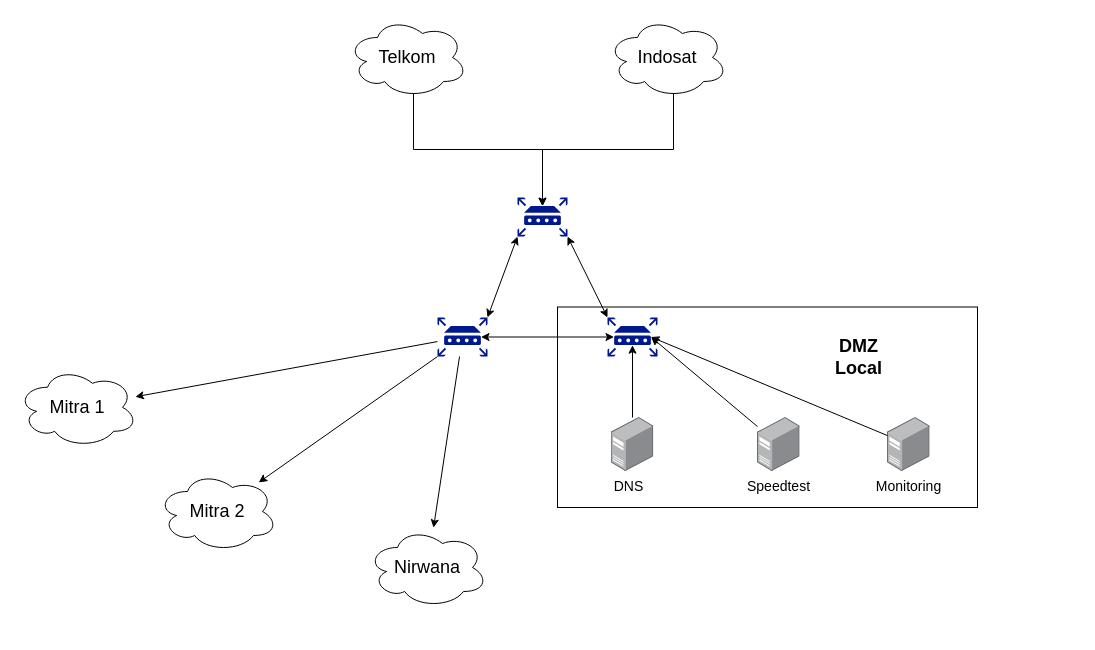
The draw.io diagram page "Limit di Indosat" (1 of 4) of drawio/Network Topology.drawio in WaxArsatia/Random, before the edit. Source tidied: cells renumbered, new cells numbered last; positions are measured from the earlier drawing's top-left corner, leaving out a move shared by most shapes. Both pictures are drawn from the tidied source at 100%, with x=0, y=0 at pixel (17, 17).
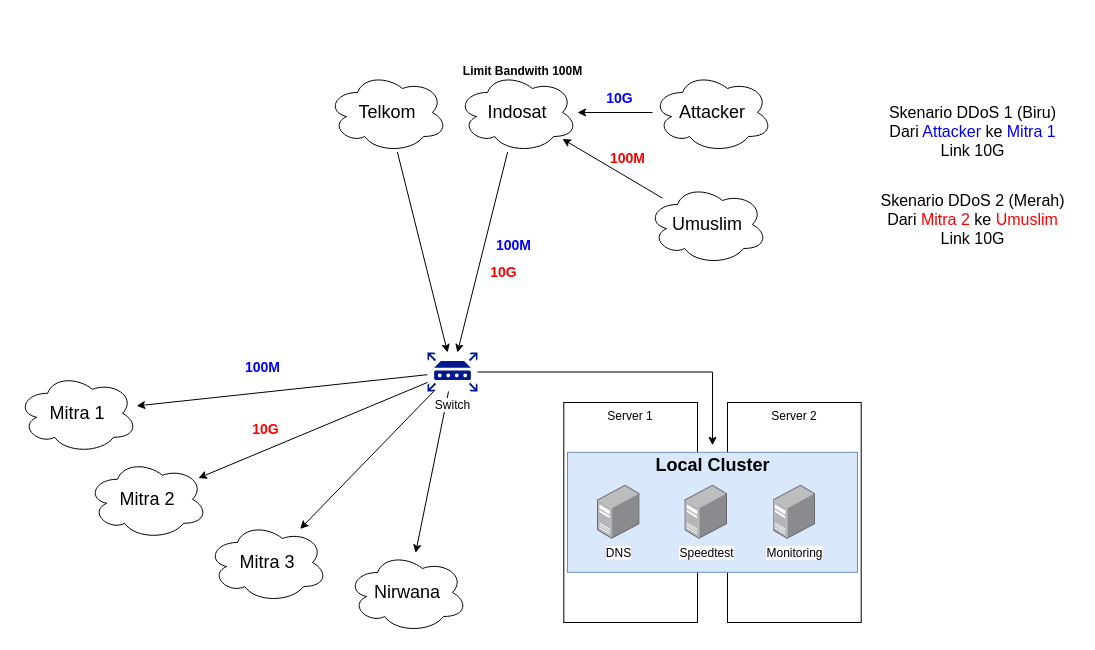
Above is the later version.

What changed in the source:
```diff
@@
-    <mxCell id="2" style="rounded=0;whiteSpace=wrap;html=1;" parent="1" vertex="1">
-      <mxGeometry x="540" y="289.5" width="420" height="200.5" as="geometry" />
-    </mxCell>
+    <mxCell id="28" style="rounded=0;jettySize=auto;html=1;" parent="1" edge="1" source="3" target="12">
+      <mxGeometry relative="1" as="geometry" />
+    </mxCell>
     <mxCell id="3" value="&lt;font style=&quot;font-size: 18px;&quot;&gt;Telkom&lt;/font&gt;" style="ellipse;shape=cloud;whiteSpace=wrap;html=1;" parent="1" vertex="1">
-      <mxGeometry x="330" width="120" height="80" as="geometry" />
+      <mxGeometry x="310" y="55" width="120" height="80" as="geometry" />
     </mxCell>
+    <mxCell id="29" style="rounded=0;jettySize=auto;html=1;" parent="1" edge="1" source="4" target="12">
+      <mxGeometry relative="1" as="geometry" />
+    </mxCell>
     <mxCell id="4" value="&lt;font style=&quot;font-size: 18px;&quot;&gt;Indosat&lt;/font&gt;" style="ellipse;shape=cloud;whiteSpace=wrap;html=1;align=center;" parent="1" vertex="1">
-      <mxGeometry x="590" width="120" height="80" as="geometry" />
+      <mxGeometry x="440" y="55" width="120" height="80" as="geometry" />
     </mxCell>
-    <mxCell id="5" style="sketch=0;shadow=0;dashed=0;html=1;strokeColor=none;labelPosition=center;verticalLabelPosition=bottom;verticalAlign=top;align=center;fillColor=#00188D;shape=mxgraph.mscae.enterprise.router;" parent="1" vertex="1">
-      <mxGeometry x="500" y="180" width="50" height="39" as="geometry" />
-    </mxCell>
-    <mxCell id="6" style="rounded=0;jettySize=auto;html=1;entryX=0.5;entryY=0.22;entryDx=0;entryDy=0;entryPerimeter=0;exitX=0.55;exitY=0.95;exitDx=0;exitDy=0;exitPerimeter=0;edgeStyle=elbowEdgeStyle;elbow=vertical;" parent="1" edge="1" source="3" target="5">
-      <mxGeometry relative="1" as="geometry" />
-    </mxCell>
-    <mxCell id="7" style="edgeStyle=elbowEdgeStyle;rounded=0;jettySize=auto;html=1;exitX=0.55;exitY=0.95;exitDx=0;exitDy=0;exitPerimeter=0;entryX=0.5;entryY=0.22;entryDx=0;entryDy=0;entryPerimeter=0;elbow=vertical;" parent="1" edge="1" source="4" target="5">
-      <mxGeometry relative="1" as="geometry" />
-    </mxCell>
-    <mxCell id="8" style="sketch=0;shadow=0;dashed=0;html=1;strokeColor=none;labelPosition=center;verticalLabelPosition=bottom;verticalAlign=top;align=center;fillColor=#00188D;shape=mxgraph.mscae.enterprise.router;" parent="1" vertex="1">
-      <mxGeometry x="590" y="300" width="50" height="39" as="geometry" />
-    </mxCell>
-    <mxCell id="9" style="rounded=0;jettySize=auto;html=1;" parent="1" edge="1" source="12" target="25">
-      <mxGeometry relative="1" as="geometry" />
-    </mxCell>
+    <mxCell id="30" style="edgeStyle=orthogonalEdgeStyle;rounded=0;jettySize=auto;html=1;" parent="1" edge="1" source="12" target="22">
+      <mxGeometry relative="1" as="geometry" />
+    </mxCell>
+    <mxCell id="11" style="rounded=0;jettySize=auto;html=1;" parent="1" edge="1" source="12" target="23">
+      <mxGeometry relative="1" as="geometry" />
+    </mxCell>
+    <mxCell id="31" style="rounded=0;jettySize=auto;html=1;" parent="1" edge="1" source="12" target="33">
+      <mxGeometry relative="1" as="geometry" />
+    </mxCell>
-    <mxCell id="10" style="rounded=0;jettySize=auto;html=1;exitX=0;exitY=1;exitDx=0;exitDy=0;exitPerimeter=0;" parent="1" edge="1" source="12" target="24">
+    <mxCell id="10" style="rounded=0;jettySize=auto;html=1;" parent="1" edge="1" source="12" target="24">
       <mxGeometry relative="1" as="geometry" />
     </mxCell>
-    <mxCell id="11" style="rounded=0;jettySize=auto;html=1;" parent="1" edge="1" source="12" target="23">
-      <mxGeometry relative="1" as="geometry" />
-    </mxCell>
+    <mxCell id="32" style="rounded=0;jettySize=auto;html=1;curved=0;" parent="1" edge="1" source="12">
+      <mxGeometry relative="1" as="geometry">
+        <mxPoint x="119.2" y="388.4" as="targetPoint" />
+      </mxGeometry>
+    </mxCell>
-    <mxCell id="12" style="sketch=0;shadow=0;dashed=0;html=1;strokeColor=none;labelPosition=center;verticalLabelPosition=bottom;verticalAlign=top;align=center;fillColor=#00188D;shape=mxgraph.mscae.enterprise.router;" parent="1" vertex="1">
-      <mxGeometry x="420" y="300" width="50" height="39" as="geometry" />
+    <mxCell id="12" value="Switch" style="sketch=0;shadow=0;dashed=0;html=1;strokeColor=none;labelPosition=center;verticalLabelPosition=bottom;verticalAlign=top;align=center;fillColor=#00188D;shape=mxgraph.mscae.enterprise.router;labelBackgroundColor=default;" parent="1" vertex="1">
+      <mxGeometry x="410" y="335" width="50" height="39" as="geometry" />
     </mxCell>
-    <mxCell id="13" style="endArrow=classic;startArrow=classic;html=1;rounded=0;entryX=0.13;entryY=0.5;entryDx=0;entryDy=0;entryPerimeter=0;exitX=0.87;exitY=0.5;exitDx=0;exitDy=0;exitPerimeter=0;" parent="1" edge="1" source="12" target="8">
-      <mxGeometry relative="1" as="geometry" />
-    </mxCell>
-    <mxCell id="14" style="endArrow=classic;startArrow=classic;html=1;rounded=0;exitX=1;exitY=0;exitDx=0;exitDy=0;exitPerimeter=0;entryX=0;entryY=1;entryDx=0;entryDy=0;entryPerimeter=0;" parent="1" edge="1" source="12" target="5">
-      <mxGeometry relative="1" as="geometry" />
-    </mxCell>
-    <mxCell id="15" style="endArrow=classic;startArrow=classic;html=1;rounded=0;entryX=1;entryY=1;entryDx=0;entryDy=0;entryPerimeter=0;exitX=0;exitY=0;exitDx=0;exitDy=0;exitPerimeter=0;" parent="1" edge="1" source="8" target="5">
-      <mxGeometry relative="1" as="geometry" />
-    </mxCell>
-    <mxCell id="16" style="image;points=[];html=1;align=center;shadow=0;dashed=0;image=img/lib/allied_telesis/computer_and_terminals/Server_Desktop.svg;" parent="1" vertex="1">
-      <mxGeometry x="593.7" y="400" width="42.6" height="54" as="geometry" />
-    </mxCell>
-    <mxCell id="17" style="image;points=[];html=1;align=center;shadow=0;dashed=0;image=img/lib/allied_telesis/computer_and_terminals/Server_Desktop.svg;" parent="1" vertex="1">
-      <mxGeometry x="740" y="400" width="42.6" height="54" as="geometry" />
-    </mxCell>
-    <mxCell id="18" style="rounded=0;jettySize=auto;html=1;entryX=0.5;entryY=0.71;entryDx=0;entryDy=0;entryPerimeter=0;" parent="1" edge="1" source="16" target="8">
-      <mxGeometry relative="1" as="geometry" />
-    </mxCell>
-    <mxCell id="19" style="rounded=0;jettySize=auto;html=1;entryX=0.87;entryY=0.5;entryDx=0;entryDy=0;entryPerimeter=0;" parent="1" edge="1" source="17" target="8">
-      <mxGeometry relative="1" as="geometry" />
-    </mxCell>
-    <mxCell id="20" value="&lt;div style=&quot;font-size: 14px;&quot;&gt;&lt;font style=&quot;font-size: 14px;&quot;&gt;DNS&lt;/font&gt;&lt;/div&gt;" style="text;html=1;align=center;verticalAlign=middle;strokeColor=none;fillColor=none;" parent="1" vertex="1">
-      <mxGeometry x="586.3" y="454" width="50" height="30" as="geometry" />
-    </mxCell>
-    <mxCell id="21" value="&lt;div style=&quot;font-size: 14px;&quot;&gt;&lt;font style=&quot;font-size: 14px;&quot;&gt;Speedtest&lt;/font&gt;&lt;/div&gt;" style="text;html=1;align=center;verticalAlign=middle;strokeColor=none;fillColor=none;" parent="1" vertex="1">
-      <mxGeometry x="716.3" y="454" width="90" height="30" as="geometry" />
-    </mxCell>
-    <mxCell id="22" value="&lt;div style=&quot;font-size: 18px;&quot;&gt;DMZ&lt;/div&gt;&lt;div style=&quot;font-size: 18px;&quot;&gt;Local&lt;br style=&quot;font-size: 18px;&quot;&gt;&lt;/div&gt;" style="text;html=1;align=center;verticalAlign=middle;points=[];strokeColor=none;fillColor=none;fontSize=18;fontStyle=1;" parent="1" vertex="1">
-      <mxGeometry x="806.3" y="310" width="70" height="60" as="geometry" />
-    </mxCell>
     <mxCell id="23" value="&lt;font style=&quot;font-size: 18px;&quot;&gt;Nirwana&lt;/font&gt;" style="ellipse;shape=cloud;whiteSpace=wrap;html=1;" parent="1" vertex="1">
-      <mxGeometry x="350" y="510" width="120" height="80" as="geometry" />
+      <mxGeometry x="330" y="535" width="120" height="80" as="geometry" />
     </mxCell>
     <mxCell id="24" value="&lt;font style=&quot;font-size: 18px;&quot;&gt;Mitra 2&lt;/font&gt;" style="ellipse;shape=cloud;whiteSpace=wrap;html=1;" parent="1" vertex="1">
-      <mxGeometry x="140" y="454" width="120" height="80" as="geometry" />
+      <mxGeometry x="70" y="441.8" width="120" height="80" as="geometry" />
     </mxCell>
     <mxCell id="25" value="&lt;font style=&quot;font-size: 18px;&quot;&gt;Mitra 1&lt;/font&gt;" style="ellipse;shape=cloud;whiteSpace=wrap;html=1;" parent="1" vertex="1">
-      <mxGeometry y="349.8" width="120" height="80" as="geometry" />
+      <mxGeometry y="355.8" width="120" height="80" as="geometry" />
     </mxCell>
+    <mxCell id="33" value="&lt;font style=&quot;font-size: 18px;&quot;&gt;Mitra 3&lt;/font&gt;" style="ellipse;shape=cloud;whiteSpace=wrap;html=1;" parent="1" vertex="1">
+      <mxGeometry x="190" y="505" width="120" height="80" as="geometry" />
+    </mxCell>
+    <mxCell id="34" style="group;" parent="1" vertex="1">
+      <mxGeometry x="546.3" y="385" width="297.4" height="220" as="geometry" />
+    </mxCell>
+    <mxCell id="35" value="Server 2" style="rounded=0;whiteSpace=wrap;html=1;verticalAlign=top;" parent="34" vertex="1">
+      <mxGeometry x="163.7" width="133.7" height="220" as="geometry" />
+    </mxCell>
+    <mxCell id="36" value="Server 1" style="rounded=0;whiteSpace=wrap;html=1;verticalAlign=top;" parent="34" vertex="1">
+      <mxGeometry width="133.7" height="220" as="geometry" />
+    </mxCell>
+    <mxCell id="37" style="group;" parent="34" vertex="1">
+      <mxGeometry x="3.7" y="49.8" width="290" height="120" as="geometry" />
+    </mxCell>
+    <mxCell id="38" style="rounded=0;whiteSpace=wrap;html=1;labelBackgroundColor=none;fillColor=#dae8fc;strokeColor=#6c8ebf;" parent="37" vertex="1">
+      <mxGeometry width="290" height="120" as="geometry" />
+    </mxCell>
+    <mxCell id="16" value="DNS" style="image;points=[];html=1;align=center;shadow=0;dashed=0;image=img/lib/allied_telesis/computer_and_terminals/Server_Desktop.svg;labelBackgroundColor=default;" parent="37" vertex="1">
+      <mxGeometry x="30" y="33" width="42.6" height="54" as="geometry" />
+    </mxCell>
+    <mxCell id="17" value="Speedtest" style="image;points=[];html=1;align=center;shadow=0;dashed=0;image=img/lib/allied_telesis/computer_and_terminals/Server_Desktop.svg;labelBackgroundColor=default;" parent="37" vertex="1">
+      <mxGeometry x="117.4" y="33" width="42.6" height="54" as="geometry" />
+    </mxCell>
-    <mxCell id="26" value="&lt;font style=&quot;font-size: 14px;&quot;&gt;Monitoring&lt;/font&gt;" style="image;points=[];html=1;align=center;shadow=0;dashed=0;image=img/lib/allied_telesis/computer_and_terminals/Server_Desktop.svg;" parent="1" vertex="1">
-      <mxGeometry x="870" y="400" width="42.6" height="54" as="geometry" />
+    <mxCell id="26" value="Monitoring" style="image;points=[];html=1;align=center;shadow=0;dashed=0;image=img/lib/allied_telesis/computer_and_terminals/Server_Desktop.svg;labelBackgroundColor=default;" parent="37" vertex="1">
+      <mxGeometry x="205.5" y="33" width="42.6" height="54" as="geometry" />
     </mxCell>
-    <mxCell id="27" style="rounded=0;jettySize=auto;html=1;entryX=0.87;entryY=0.5;entryDx=0;entryDy=0;entryPerimeter=0;" parent="1" edge="1" source="26" target="8">
-      <mxGeometry relative="1" as="geometry" />
-    </mxCell>
+    <mxCell id="22" value="&lt;div style=&quot;font-size: 18px;&quot;&gt;Local Cluster&lt;/div&gt;" style="text;html=1;align=center;verticalAlign=middle;points=[];strokeColor=none;fillColor=none;fontSize=18;fontStyle=1;" parent="37" vertex="1">
+      <mxGeometry x="75" y="-7" width="140" height="40" as="geometry" />
+    </mxCell>
+    <mxCell id="39" style="rounded=0;jettySize=auto;html=1;" parent="1" edge="1" source="40" target="4">
+      <mxGeometry relative="1" as="geometry" />
+    </mxCell>
+    <mxCell id="40" value="&lt;span style=&quot;font-size: 18px;&quot;&gt;Umuslim&lt;/span&gt;" style="ellipse;shape=cloud;whiteSpace=wrap;html=1;align=center;" parent="1" vertex="1">
+      <mxGeometry x="630" y="167" width="120" height="80" as="geometry" />
+    </mxCell>
+    <mxCell id="41" value="Skenario DDoS 1 (Biru)&lt;br style=&quot;font-size: 16px;&quot;&gt;Dari &lt;font color=&quot;#0000ff&quot; style=&quot;font-size: 16px;&quot;&gt;Attacker &lt;/font&gt;ke &lt;font color=&quot;#0000ff&quot; style=&quot;font-size: 16px;&quot;&gt;Mitra 1&lt;/font&gt;&lt;br style=&quot;font-size: 16px;&quot;&gt;Link 10G" style="text;html=1;align=center;verticalAlign=middle;strokeColor=none;fillColor=none;fontColor=#000000;fontSize=16;" parent="1" vertex="1">
+      <mxGeometry x="860" y="79" width="190" height="70" as="geometry" />
+    </mxCell>
+    <mxCell id="42" style="rounded=0;jettySize=auto;html=1;" parent="1" edge="1" source="43" target="4">
+      <mxGeometry relative="1" as="geometry" />
+    </mxCell>
+    <mxCell id="43" value="&lt;span style=&quot;font-size: 18px;&quot;&gt;Attacker&lt;/span&gt;" style="ellipse;shape=cloud;whiteSpace=wrap;html=1;align=center;" parent="1" vertex="1">
+      <mxGeometry x="635" y="55" width="120" height="80" as="geometry" />
+    </mxCell>
+    <mxCell id="44" value="Limit Bandwith 100M" style="text;html=1;align=center;verticalAlign=middle;strokeColor=none;fillColor=none;fontStyle=1;fontColor=#000000;" parent="1" vertex="1">
+      <mxGeometry x="435" y="39" width="140" height="30" as="geometry" />
+    </mxCell>
+    <mxCell id="45" value="10G" style="text;html=1;align=center;verticalAlign=middle;strokeColor=none;fillColor=none;fontStyle=1;fontColor=#0000FF;fontSize=14;" parent="1" vertex="1">
+      <mxGeometry x="577" y="66" width="50" height="30" as="geometry" />
+    </mxCell>
+    <mxCell id="46" value="100M" style="text;html=1;align=center;verticalAlign=middle;strokeColor=none;fillColor=none;fontStyle=1;fontColor=#0000FF;fontSize=14;" parent="1" vertex="1">
+      <mxGeometry x="466" y="213" width="60" height="30" as="geometry" />
+    </mxCell>
+    <mxCell id="47" value="100M" style="text;html=1;align=center;verticalAlign=middle;strokeColor=none;fillColor=none;fontStyle=1;fontColor=#0000FF;fontSize=14;" parent="1" vertex="1">
+      <mxGeometry x="215" y="335" width="60" height="30" as="geometry" />
+    </mxCell>
+    <mxCell id="48" value="&lt;font color=&quot;#000000&quot; style=&quot;font-size: 16px;&quot;&gt;Skenario DDoS 2 (Merah)&lt;br style=&quot;font-size: 16px;&quot;&gt;Dari &lt;/font&gt;Mitra 2 &lt;font color=&quot;#000000&quot; style=&quot;font-size: 16px;&quot;&gt;ke &lt;/font&gt;Umuslim&lt;br style=&quot;font-size: 16px;&quot;&gt;&lt;font color=&quot;#000000&quot; style=&quot;font-size: 16px;&quot;&gt;Link 10G&lt;/font&gt;" style="text;html=1;align=center;verticalAlign=middle;strokeColor=none;fillColor=none;fontColor=#FF0000;fontSize=16;" parent="1" vertex="1">
+      <mxGeometry x="850" y="167" width="210" height="70" as="geometry" />
+    </mxCell>
+    <mxCell id="49" value="10G" style="text;html=1;align=center;verticalAlign=middle;strokeColor=none;fillColor=none;fontStyle=1;fontColor=#FF0000;fontSize=14;" parent="1" vertex="1">
+      <mxGeometry x="223" y="397" width="50" height="30" as="geometry" />
+    </mxCell>
+    <mxCell id="50" value="10G" style="text;html=1;align=center;verticalAlign=middle;strokeColor=none;fillColor=none;fontStyle=1;fontColor=#FF0000;fontSize=14;" parent="1" vertex="1">
+      <mxGeometry x="461" y="240" width="50" height="30" as="geometry" />
+    </mxCell>
+    <mxCell id="51" value="100M" style="text;html=1;align=center;verticalAlign=middle;strokeColor=none;fillColor=none;fontStyle=1;fontColor=#FF0000;fontSize=14;" parent="1" vertex="1">
+      <mxGeometry x="580" y="126" width="60" height="30" as="geometry" />
+    </mxCell>
```
